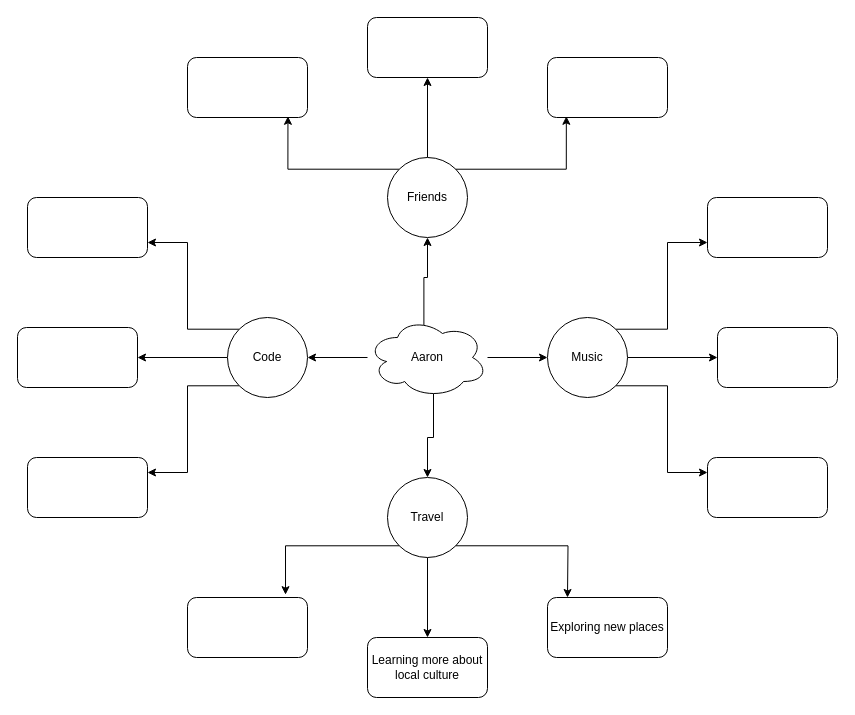
mejia-dev/epicodus-capstone-planning keeps this draw.io diagram as Capstone Planning.drawio. Above is the earlier version. Source tidied: cells renumbered, new cells numbered last; positions are measured from the earlier drawing's top-left corner, leaving out a move shared by most shapes. Both pictures are drawn from the tidied source at 100%, with x=0, y=0 at pixel (17, 17).
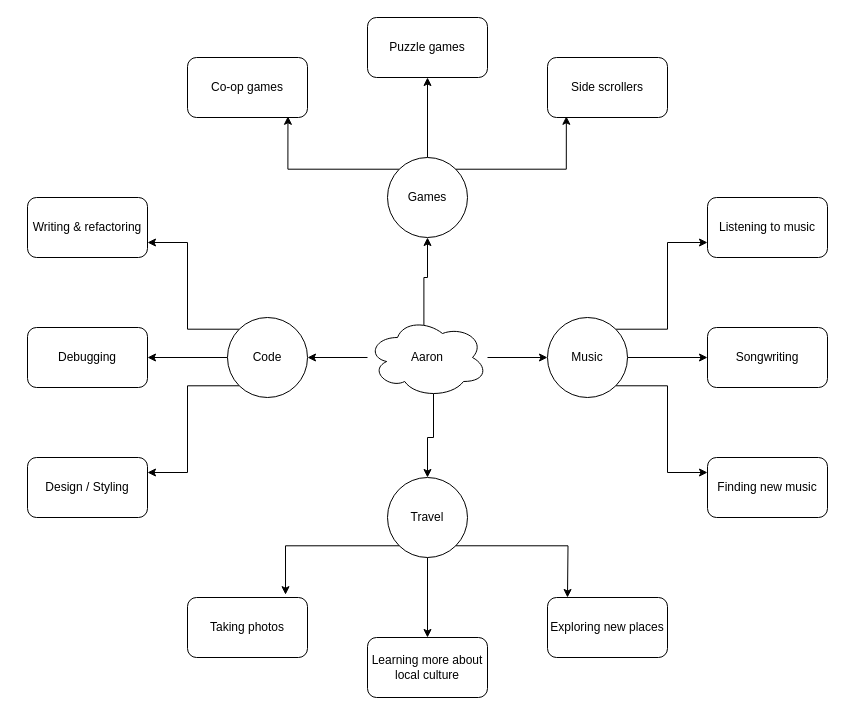
The same diagram, later.

Commit message:
Finalize primary interests

What changed in the source:
```diff
@@
-    <mxCell id="9" value="Friends" style="ellipse;whiteSpace=wrap;html=1;" parent="1" vertex="1">
+    <mxCell id="9" value="Games" style="ellipse;whiteSpace=wrap;html=1;" parent="1" vertex="1">
       <mxGeometry x="370" y="140" width="80" height="80" as="geometry" />
     </mxCell>
@@
-    <mxCell id="20" style="rounded=1;whiteSpace=wrap;html=1;" parent="1" vertex="1">
+    <mxCell id="20" value="Taking photos" style="rounded=1;whiteSpace=wrap;html=1;" parent="1" vertex="1">
       <mxGeometry x="170" y="580" width="120" height="60" as="geometry" />
     </mxCell>
@@
-    <mxCell id="23" style="rounded=1;whiteSpace=wrap;html=1;" parent="1" vertex="1">
-      <mxGeometry x="700" y="310" width="120" height="60" as="geometry" />
+    <mxCell id="23" value="Songwriting" style="rounded=1;whiteSpace=wrap;html=1;" parent="1" vertex="1">
+      <mxGeometry x="690" y="310" width="120" height="60" as="geometry" />
     </mxCell>
-    <mxCell id="24" style="rounded=1;whiteSpace=wrap;html=1;" parent="1" vertex="1">
+    <mxCell id="24" value="Listening to music" style="rounded=1;whiteSpace=wrap;html=1;" parent="1" vertex="1">
       <mxGeometry x="690" y="180" width="120" height="60" as="geometry" />
     </mxCell>
-    <mxCell id="25" style="rounded=1;whiteSpace=wrap;html=1;" parent="1" vertex="1">
+    <mxCell id="25" value="Finding new music" style="rounded=1;whiteSpace=wrap;html=1;" parent="1" vertex="1">
       <mxGeometry x="690" y="440" width="120" height="60" as="geometry" />
     </mxCell>
-    <mxCell id="26" style="rounded=1;whiteSpace=wrap;html=1;" parent="1" vertex="1">
-      <mxGeometry y="310" width="120" height="60" as="geometry" />
+    <mxCell id="26" value="Debugging" style="rounded=1;whiteSpace=wrap;html=1;" parent="1" vertex="1">
+      <mxGeometry x="10" y="310" width="120" height="60" as="geometry" />
     </mxCell>
-    <mxCell id="27" style="rounded=1;whiteSpace=wrap;html=1;" parent="1" vertex="1">
+    <mxCell id="27" value="Writing &amp;amp; refactoring" style="rounded=1;whiteSpace=wrap;html=1;" parent="1" vertex="1">
       <mxGeometry x="10" y="180" width="120" height="60" as="geometry" />
     </mxCell>
-    <mxCell id="28" style="rounded=1;whiteSpace=wrap;html=1;" parent="1" vertex="1">
+    <mxCell id="28" value="Design / Styling" style="rounded=1;whiteSpace=wrap;html=1;" parent="1" vertex="1">
       <mxGeometry x="10" y="440" width="120" height="60" as="geometry" />
     </mxCell>
-    <mxCell id="29" style="rounded=1;whiteSpace=wrap;html=1;" parent="1" vertex="1">
+    <mxCell id="29" value="Puzzle games" style="rounded=1;whiteSpace=wrap;html=1;" parent="1" vertex="1">
       <mxGeometry x="350" width="120" height="60" as="geometry" />
     </mxCell>
-    <mxCell id="30" style="rounded=1;whiteSpace=wrap;html=1;" parent="1" vertex="1">
+    <mxCell id="30" value="Side scrollers" style="rounded=1;whiteSpace=wrap;html=1;" parent="1" vertex="1">
       <mxGeometry x="530" y="40" width="120" height="60" as="geometry" />
     </mxCell>
-    <mxCell id="31" style="rounded=1;whiteSpace=wrap;html=1;" parent="1" vertex="1">
+    <mxCell id="31" value="Co-op games" style="rounded=1;whiteSpace=wrap;html=1;" parent="1" vertex="1">
       <mxGeometry x="170" y="40" width="120" height="60" as="geometry" />
     </mxCell>
```
